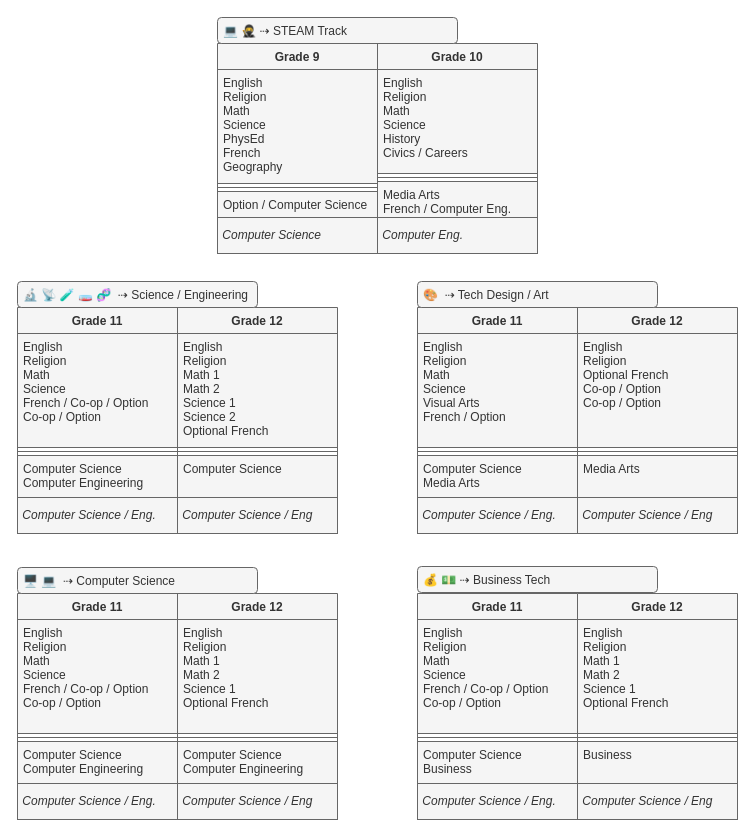
Above: STEAM.drawio in Mr-Coxall/STEAM (draw.io), before the change. Source tidied: cells renumbered, new cells numbered last; positions are measured from the earlier drawing's top-left corner, leaving out a move shared by most shapes. Both pictures are drawn from the tidied source at 100%, with x=0, y=0 at pixel (17, 17).
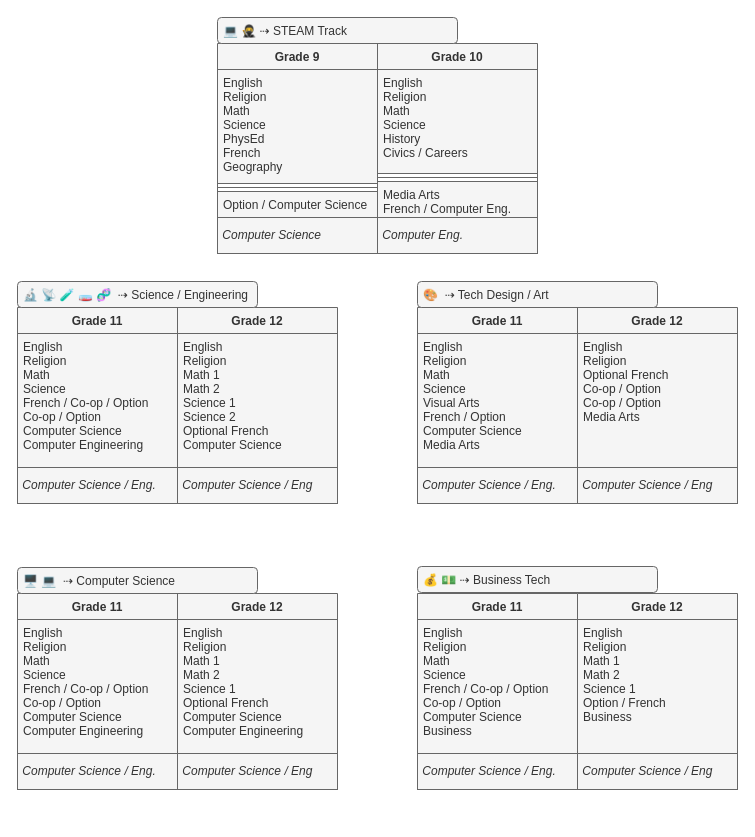
The same page after the edit.

Diff of the diagram source:
```diff
@@
     <mxCell id="6" value="Grade 11" style="swimlane;fontStyle=1;align=center;verticalAlign=top;horizontal=1;startSize=26;fillColor=#f5f5f5;fontColor=#333333;strokeColor=#666666;" parent="1" vertex="1">
-      <mxGeometry y="290" width="160" height="190" as="geometry" />
+      <mxGeometry y="290" width="160" height="160" as="geometry" />
     </mxCell>
-    <mxCell id="7" value="English&#10;Religion&#10;Math&#10;Science&#10;French / Co-op / Option&#10;Co-op / Option" style="text;fillColor=#f5f5f5;align=left;verticalAlign=top;spacingLeft=4;spacingRight=4;overflow=hidden;points=[[0,0.5],[1,0.5]];portConstraint=eastwest;fontColor=#333333;strokeColor=#666666;" parent="6" vertex="1">
-      <mxGeometry y="26" width="160" height="114" as="geometry" />
+    <mxCell id="7" value="English&#10;Religion&#10;Math&#10;Science&#10;French / Co-op / Option&#10;Co-op / Option&#10;Computer Science&#10;Computer Engineering" style="text;fillColor=#f5f5f5;align=left;verticalAlign=top;spacingLeft=4;spacingRight=4;overflow=hidden;points=[[0,0.5],[1,0.5]];portConstraint=eastwest;fontColor=#333333;strokeColor=#666666;" parent="6" vertex="1">
+      <mxGeometry y="26" width="160" height="134" as="geometry" />
     </mxCell>
-    <mxCell id="8" style="line;strokeWidth=1;fillColor=#f5f5f5;align=left;verticalAlign=middle;spacingTop=-1;spacingLeft=3;spacingRight=3;labelPosition=right;fontColor=#333333;strokeColor=#666666;" parent="6" vertex="1">
-      <mxGeometry y="140" width="160" height="8" as="geometry" />
-    </mxCell>
-    <mxCell id="9" value="Computer Science&#10;Computer Engineering" style="text;strokeColor=#666666;fillColor=#f5f5f5;align=left;verticalAlign=top;spacingLeft=4;spacingRight=4;overflow=hidden;fontColor=#333333;" parent="6" vertex="1">
-      <mxGeometry y="148" width="160" height="42" as="geometry" />
-    </mxCell>
     <mxCell id="10" value="Grade 12" style="swimlane;fontStyle=1;align=center;verticalAlign=top;horizontal=1;startSize=26;fillColor=#f5f5f5;fontColor=#333333;strokeColor=#666666;" parent="1" vertex="1">
-      <mxGeometry x="160" y="290" width="160" height="190" as="geometry" />
+      <mxGeometry x="160" y="290" width="160" height="160" as="geometry" />
     </mxCell>
-    <mxCell id="11" value="English&#10;Religion&#10;Math 1&#10;Math 2&#10;Science 1&#10;Science 2&#10;Optional French" style="text;fillColor=#f5f5f5;align=left;verticalAlign=top;spacingLeft=4;spacingRight=4;overflow=hidden;fontColor=#333333;strokeColor=#666666;" parent="10" vertex="1">
-      <mxGeometry y="26" width="160" height="114" as="geometry" />
+    <mxCell id="11" value="English&#10;Religion&#10;Math 1&#10;Math 2&#10;Science 1&#10;Science 2&#10;Optional French&#10;Computer Science" style="text;fillColor=#f5f5f5;align=left;verticalAlign=top;spacingLeft=4;spacingRight=4;overflow=hidden;fontColor=#333333;strokeColor=#666666;" parent="10" vertex="1">
+      <mxGeometry y="26" width="160" height="134" as="geometry" />
     </mxCell>
-    <mxCell id="12" style="line;strokeWidth=1;fillColor=#f5f5f5;align=left;verticalAlign=middle;spacingTop=-1;spacingLeft=3;spacingRight=3;labelPosition=right;fontColor=#333333;strokeColor=#666666;" parent="10" vertex="1">
-      <mxGeometry y="140" width="160" height="8" as="geometry" />
-    </mxCell>
-    <mxCell id="13" value="Computer Science" style="text;strokeColor=#666666;fillColor=#f5f5f5;align=left;verticalAlign=top;spacingLeft=4;spacingRight=4;overflow=hidden;fontColor=#333333;" parent="10" vertex="1">
-      <mxGeometry y="148" width="160" height="42" as="geometry" />
-    </mxCell>
@@
+    <mxCell id="57" style="edgeStyle=none;html=1;" parent="1" edge="1" source="15" target="7">
+      <mxGeometry relative="1" as="geometry" />
+    </mxCell>
     <mxCell id="15" value="&lt;i&gt;&amp;nbsp;Computer Science / Eng.&lt;/i&gt;" style="html=1;align=left;fillColor=#f5f5f5;fontColor=#333333;strokeColor=#666666;" parent="1" vertex="1">
-      <mxGeometry y="480" width="160" height="36" as="geometry" />
+      <mxGeometry y="450" width="160" height="36" as="geometry" />
     </mxCell>
     <mxCell id="16" value="&lt;i&gt;&amp;nbsp;Computer Science / Eng&lt;/i&gt;" style="html=1;align=left;fillColor=#f5f5f5;fontColor=#333333;strokeColor=#666666;" parent="1" vertex="1">
-      <mxGeometry x="160" y="480" width="160" height="36" as="geometry" />
+      <mxGeometry x="160" y="450" width="160" height="36" as="geometry" />
     </mxCell>
     <mxCell id="17" value="Grade 11" style="swimlane;fontStyle=1;align=center;verticalAlign=top;horizontal=1;startSize=26;fillColor=#f5f5f5;fontColor=#333333;strokeColor=#666666;" parent="1" vertex="1">
-      <mxGeometry x="400" y="290" width="160" height="190" as="geometry" />
+      <mxGeometry x="400" y="290" width="160" height="160" as="geometry" />
     </mxCell>
-    <mxCell id="18" value="English&#10;Religion&#10;Math&#10;Science&#10;Visual Arts&#10;French / Option" style="text;fillColor=#f5f5f5;align=left;verticalAlign=top;spacingLeft=4;spacingRight=4;overflow=hidden;fontColor=#333333;strokeColor=#666666;" parent="17" vertex="1">
-      <mxGeometry y="26" width="160" height="114" as="geometry" />
+    <mxCell id="18" value="English&#10;Religion&#10;Math&#10;Science&#10;Visual Arts&#10;French / Option&#10;Computer Science&#10;Media Arts" style="text;fillColor=#f5f5f5;align=left;verticalAlign=top;spacingLeft=4;spacingRight=4;overflow=hidden;fontColor=#333333;strokeColor=#666666;" parent="17" vertex="1">
+      <mxGeometry y="26" width="160" height="134" as="geometry" />
     </mxCell>
-    <mxCell id="19" style="line;strokeWidth=1;fillColor=#f5f5f5;align=left;verticalAlign=middle;spacingTop=-1;spacingLeft=3;spacingRight=3;labelPosition=right;fontColor=#333333;strokeColor=#666666;" parent="17" vertex="1">
-      <mxGeometry y="140" width="160" height="8" as="geometry" />
-    </mxCell>
-    <mxCell id="20" value="Computer Science&#10;Media Arts" style="text;strokeColor=#666666;fillColor=#f5f5f5;align=left;verticalAlign=top;spacingLeft=4;spacingRight=4;overflow=hidden;fontColor=#333333;" parent="17" vertex="1">
-      <mxGeometry y="148" width="160" height="42" as="geometry" />
-    </mxCell>
     <mxCell id="21" value="Grade 12" style="swimlane;fontStyle=1;align=center;verticalAlign=top;horizontal=1;startSize=26;fillColor=#f5f5f5;fontColor=#333333;strokeColor=#666666;" parent="1" vertex="1">
-      <mxGeometry x="560" y="290" width="160" height="190" as="geometry" />
+      <mxGeometry x="560" y="290" width="160" height="160" as="geometry" />
     </mxCell>
-    <mxCell id="22" value="English&#10;Religion&#10;Optional French&#10;Co-op / Option&#10;Co-op / Option&#10;" style="text;fillColor=#f5f5f5;align=left;verticalAlign=top;spacingLeft=4;spacingRight=4;overflow=hidden;fontColor=#333333;strokeColor=#666666;" parent="21" vertex="1">
-      <mxGeometry y="26" width="160" height="114" as="geometry" />
+    <mxCell id="22" value="English&#10;Religion&#10;Optional French&#10;Co-op / Option&#10;Co-op / Option&#10;Media Arts&#10;" style="text;fillColor=#f5f5f5;align=left;verticalAlign=top;spacingLeft=4;spacingRight=4;overflow=hidden;fontColor=#333333;strokeColor=#666666;" parent="21" vertex="1">
+      <mxGeometry y="26" width="160" height="134" as="geometry" />
     </mxCell>
-    <mxCell id="23" style="line;strokeWidth=1;fillColor=#f5f5f5;align=left;verticalAlign=middle;spacingTop=-1;spacingLeft=3;spacingRight=3;labelPosition=right;fontColor=#333333;strokeColor=#666666;" parent="21" vertex="1">
-      <mxGeometry y="140" width="160" height="8" as="geometry" />
-    </mxCell>
-    <mxCell id="24" value="Media Arts" style="text;strokeColor=#666666;fillColor=#f5f5f5;align=left;verticalAlign=top;spacingLeft=4;spacingRight=4;overflow=hidden;fontColor=#333333;" parent="21" vertex="1">
-      <mxGeometry y="148" width="160" height="42" as="geometry" />
-    </mxCell>
     <mxCell id="25" value="&lt;i&gt;&amp;nbsp;Computer Science / Eng.&lt;/i&gt;" style="html=1;align=left;fillColor=#f5f5f5;fontColor=#333333;strokeColor=#666666;" parent="1" vertex="1">
-      <mxGeometry x="400" y="480" width="160" height="36" as="geometry" />
+      <mxGeometry x="400" y="450" width="160" height="36" as="geometry" />
     </mxCell>
     <mxCell id="26" value="&lt;i&gt;&amp;nbsp;Computer Science / Eng&lt;/i&gt;" style="html=1;align=left;fillColor=#f5f5f5;fontColor=#333333;strokeColor=#666666;" parent="1" vertex="1">
-      <mxGeometry x="560" y="480" width="160" height="36" as="geometry" />
+      <mxGeometry x="560" y="450" width="160" height="36" as="geometry" />
     </mxCell>
     <mxCell id="27" value="Grade 11" style="swimlane;fontStyle=1;align=center;verticalAlign=top;horizontal=1;startSize=26;fillColor=#f5f5f5;fontColor=#333333;strokeColor=#666666;" parent="1" vertex="1">
-      <mxGeometry y="576" width="160" height="190" as="geometry" />
+      <mxGeometry y="576" width="160" height="160" as="geometry" />
     </mxCell>
-    <mxCell id="28" value="English&#10;Religion&#10;Math&#10;Science&#10;French / Co-op / Option&#10;Co-op / Option" style="text;strokeColor=#666666;fillColor=#f5f5f5;align=left;verticalAlign=top;spacingLeft=4;spacingRight=4;overflow=hidden;fontColor=#333333;" parent="27" vertex="1">
-      <mxGeometry y="26" width="160" height="114" as="geometry" />
+    <mxCell id="28" value="English&#10;Religion&#10;Math&#10;Science&#10;French / Co-op / Option&#10;Co-op / Option&#10;Computer Science&#10;Computer Engineering" style="text;strokeColor=#666666;fillColor=#f5f5f5;align=left;verticalAlign=top;spacingLeft=4;spacingRight=4;overflow=hidden;fontColor=#333333;" parent="27" vertex="1">
+      <mxGeometry y="26" width="160" height="134" as="geometry" />
     </mxCell>
-    <mxCell id="29" style="line;strokeWidth=1;fillColor=#f5f5f5;align=left;verticalAlign=middle;spacingTop=-1;spacingLeft=3;spacingRight=3;labelPosition=right;fontColor=#333333;strokeColor=#666666;" parent="27" vertex="1">
-      <mxGeometry y="140" width="160" height="8" as="geometry" />
-    </mxCell>
-    <mxCell id="30" value="Computer Science&#10;Computer Engineering" style="text;strokeColor=#666666;fillColor=#f5f5f5;align=left;verticalAlign=top;spacingLeft=4;spacingRight=4;overflow=hidden;fontColor=#333333;" parent="27" vertex="1">
-      <mxGeometry y="148" width="160" height="42" as="geometry" />
-    </mxCell>
     <mxCell id="31" value="Grade 12" style="swimlane;fontStyle=1;align=center;verticalAlign=top;horizontal=1;startSize=26;fillColor=#f5f5f5;fontColor=#333333;strokeColor=#666666;" parent="1" vertex="1">
-      <mxGeometry x="160" y="576" width="160" height="190" as="geometry" />
+      <mxGeometry x="160" y="576" width="160" height="160" as="geometry" />
     </mxCell>
-    <mxCell id="32" value="English&#10;Religion&#10;Math 1&#10;Math 2&#10;Science 1&#10;Optional French" style="text;strokeColor=#666666;fillColor=#f5f5f5;align=left;verticalAlign=top;spacingLeft=4;spacingRight=4;overflow=hidden;fontColor=#333333;" parent="31" vertex="1">
-      <mxGeometry y="26" width="160" height="114" as="geometry" />
+    <mxCell id="32" value="English&#10;Religion&#10;Math 1&#10;Math 2&#10;Science 1&#10;Optional French&#10;Computer Science&#10;Computer Engineering" style="text;strokeColor=#666666;fillColor=#f5f5f5;align=left;verticalAlign=top;spacingLeft=4;spacingRight=4;overflow=hidden;fontColor=#333333;" parent="31" vertex="1">
+      <mxGeometry y="26" width="160" height="134" as="geometry" />
     </mxCell>
-    <mxCell id="33" style="line;strokeWidth=1;fillColor=#f5f5f5;align=left;verticalAlign=middle;spacingTop=-1;spacingLeft=3;spacingRight=3;labelPosition=right;fontColor=#333333;strokeColor=#666666;" parent="31" vertex="1">
-      <mxGeometry y="140" width="160" height="8" as="geometry" />
-    </mxCell>
-    <mxCell id="34" value="Computer Science&#10;Computer Engineering" style="text;strokeColor=#666666;fillColor=#f5f5f5;align=left;verticalAlign=top;spacingLeft=4;spacingRight=4;overflow=hidden;fontColor=#333333;" parent="31" vertex="1">
-      <mxGeometry y="148" width="160" height="42" as="geometry" />
-    </mxCell>
     <mxCell id="35" value="&lt;i&gt;&amp;nbsp;Computer Science / Eng.&lt;/i&gt;" style="html=1;align=left;fillColor=#f5f5f5;fontColor=#333333;strokeColor=#666666;" parent="1" vertex="1">
-      <mxGeometry y="766" width="160" height="36" as="geometry" />
+      <mxGeometry y="736" width="160" height="36" as="geometry" />
     </mxCell>
     <mxCell id="36" value="&lt;i&gt;&amp;nbsp;Computer Science / Eng&lt;/i&gt;" style="html=1;align=left;fillColor=#f5f5f5;fontColor=#333333;strokeColor=#666666;" parent="1" vertex="1">
-      <mxGeometry x="160" y="766" width="160" height="36" as="geometry" />
+      <mxGeometry x="160" y="736" width="160" height="36" as="geometry" />
     </mxCell>
     <mxCell id="37" value="Grade 11" style="swimlane;fontStyle=1;align=center;verticalAlign=top;horizontal=1;startSize=26;fillColor=#f5f5f5;fontColor=#333333;strokeColor=#666666;" parent="1" vertex="1">
-      <mxGeometry x="400" y="576" width="160" height="190" as="geometry" />
+      <mxGeometry x="400" y="576" width="160" height="160" as="geometry" />
     </mxCell>
-    <mxCell id="38" value="English&#10;Religion&#10;Math&#10;Science&#10;French / Co-op / Option&#10;Co-op / Option" style="text;strokeColor=#666666;fillColor=#f5f5f5;align=left;verticalAlign=top;spacingLeft=4;spacingRight=4;overflow=hidden;fontColor=#333333;" parent="37" vertex="1">
-      <mxGeometry y="26" width="160" height="114" as="geometry" />
+    <mxCell id="38" value="English&#10;Religion&#10;Math&#10;Science&#10;French / Co-op / Option&#10;Co-op / Option&#10;Computer Science&#10;Business" style="text;strokeColor=#666666;fillColor=#f5f5f5;align=left;verticalAlign=top;spacingLeft=4;spacingRight=4;overflow=hidden;fontColor=#333333;" parent="37" vertex="1">
+      <mxGeometry y="26" width="160" height="134" as="geometry" />
     </mxCell>
-    <mxCell id="39" style="line;strokeWidth=1;fillColor=#f5f5f5;align=left;verticalAlign=middle;spacingTop=-1;spacingLeft=3;spacingRight=3;labelPosition=right;fontColor=#333333;strokeColor=#666666;" parent="37" vertex="1">
-      <mxGeometry y="140" width="160" height="8" as="geometry" />
-    </mxCell>
-    <mxCell id="40" value="Computer Science&#10;Business" style="text;strokeColor=#666666;fillColor=#f5f5f5;align=left;verticalAlign=top;spacingLeft=4;spacingRight=4;overflow=hidden;fontColor=#333333;" parent="37" vertex="1">
-      <mxGeometry y="148" width="160" height="42" as="geometry" />
-    </mxCell>
     <mxCell id="41" value="Grade 12" style="swimlane;fontStyle=1;align=center;verticalAlign=top;horizontal=1;startSize=26;fillColor=#f5f5f5;fontColor=#333333;strokeColor=#666666;" parent="1" vertex="1">
-      <mxGeometry x="560" y="576" width="160" height="190" as="geometry" />
+      <mxGeometry x="560" y="576" width="160" height="160" as="geometry" />
     </mxCell>
-    <mxCell id="42" value="English&#10;Religion&#10;Math 1&#10;Math 2&#10;Science 1&#10;Optional French" style="text;strokeColor=#666666;fillColor=#f5f5f5;align=left;verticalAlign=top;spacingLeft=4;spacingRight=4;overflow=hidden;fontColor=#333333;" parent="41" vertex="1">
-      <mxGeometry y="26" width="160" height="114" as="geometry" />
+    <mxCell id="42" value="English&#10;Religion&#10;Math 1&#10;Math 2&#10;Science 1&#10;Option / French&#10;Business" style="text;strokeColor=#666666;fillColor=#f5f5f5;align=left;verticalAlign=top;spacingLeft=4;spacingRight=4;overflow=hidden;fontColor=#333333;" parent="41" vertex="1">
+      <mxGeometry y="26" width="160" height="134" as="geometry" />
     </mxCell>
-    <mxCell id="43" style="line;strokeWidth=1;fillColor=#f5f5f5;align=left;verticalAlign=middle;spacingTop=-1;spacingLeft=3;spacingRight=3;labelPosition=right;fontColor=#333333;strokeColor=#666666;" parent="41" vertex="1">
-      <mxGeometry y="140" width="160" height="8" as="geometry" />
-    </mxCell>
-    <mxCell id="44" value="Business" style="text;strokeColor=#666666;fillColor=#f5f5f5;align=left;verticalAlign=top;spacingLeft=4;spacingRight=4;overflow=hidden;fontColor=#333333;" parent="41" vertex="1">
-      <mxGeometry y="148" width="160" height="42" as="geometry" />
-    </mxCell>
     <mxCell id="45" value="&lt;i&gt;&amp;nbsp;Computer Science / Eng.&lt;/i&gt;" style="html=1;align=left;fillColor=#f5f5f5;fontColor=#333333;strokeColor=#666666;" parent="1" vertex="1">
-      <mxGeometry x="400" y="766" width="160" height="36" as="geometry" />
+      <mxGeometry x="400" y="736" width="160" height="36" as="geometry" />
     </mxCell>
     <mxCell id="46" value="&lt;i&gt;&amp;nbsp;Computer Science / Eng&lt;/i&gt;" style="html=1;align=left;fillColor=#f5f5f5;fontColor=#333333;strokeColor=#666666;" parent="1" vertex="1">
-      <mxGeometry x="560" y="766" width="160" height="36" as="geometry" />
+      <mxGeometry x="560" y="736" width="160" height="36" as="geometry" />
     </mxCell>
```
